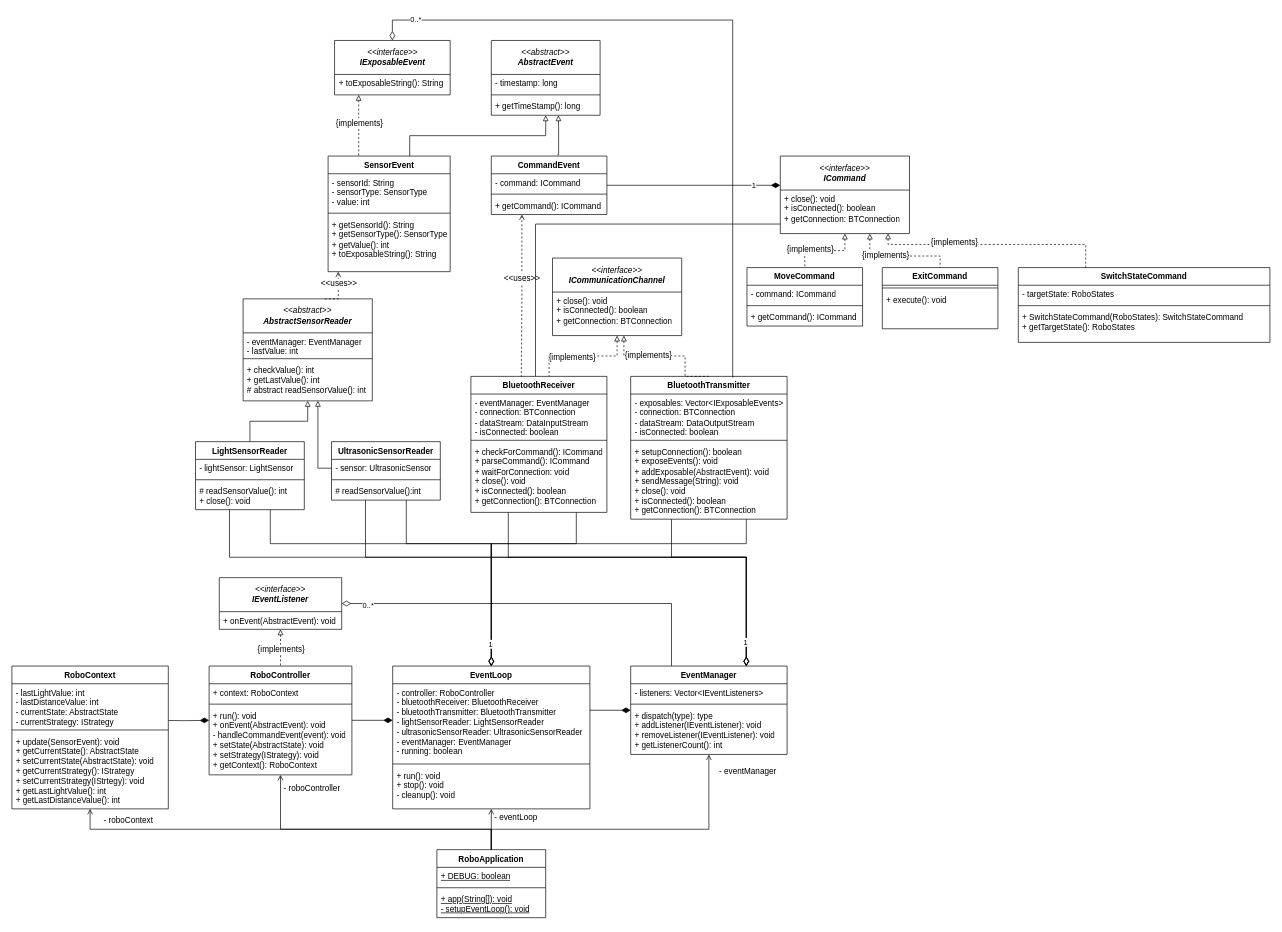
This is assets/diagrams/class-diagram/core-class-diagram.drawio.xml from fh-dualies/lejos-nxj-autonomous-robot, a draw.io file, before an edit. Source tidied: cells renumbered, new cells numbered last; positions are measured from the earlier drawing's top-left corner, leaving out a move shared by most shapes. Both pictures are drawn from the tidied source at 68%, with x=0, y=0 at pixel (12, 20).
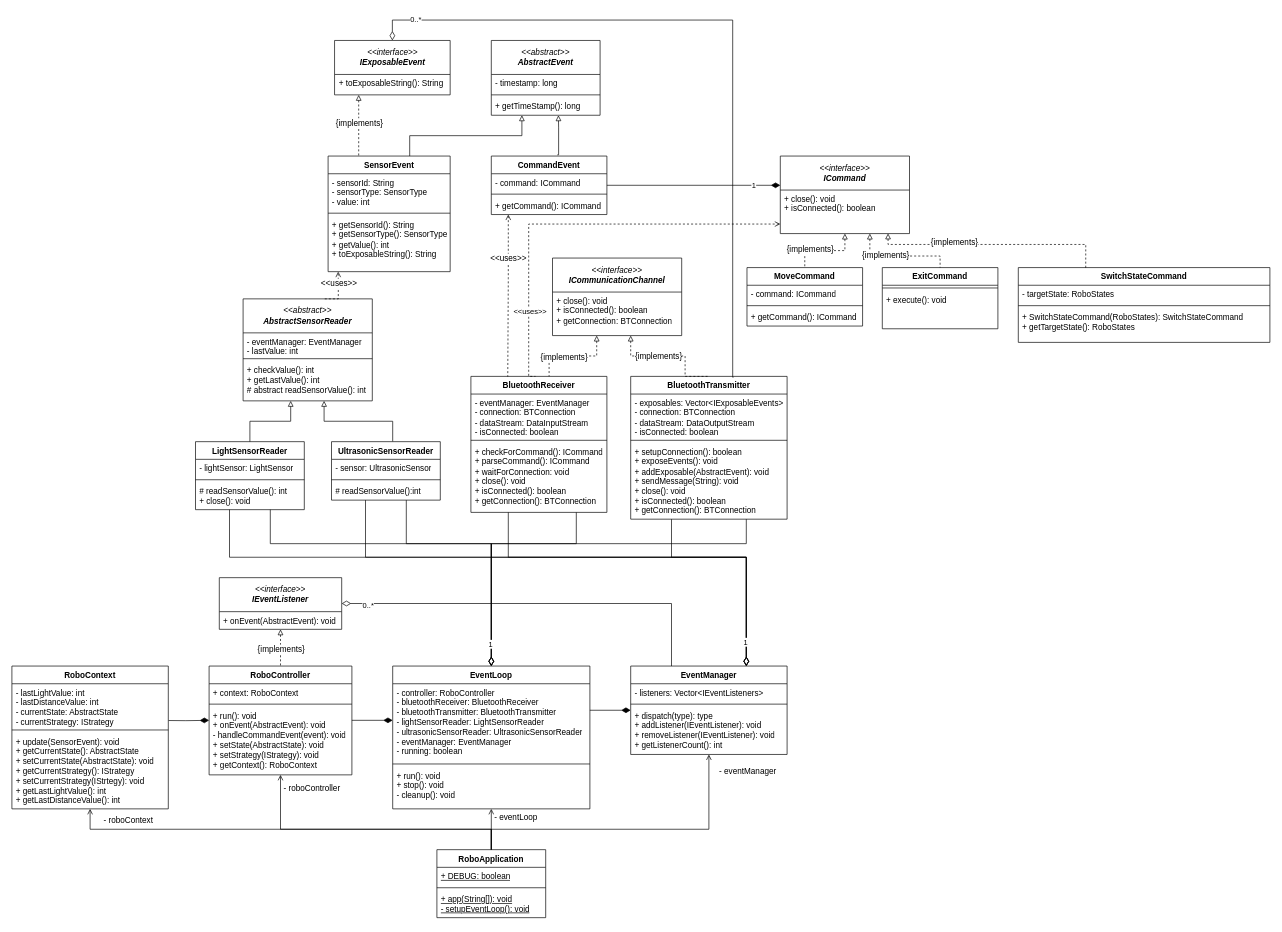
The same page after the edit.

The change refers to these unchanged cells:
```xml
<mxCell id="27" value="&lt;div&gt;&lt;i style=&quot;font-weight: normal;&quot;&gt;&amp;lt;&amp;lt;abstract&amp;gt;&amp;gt;&lt;/i&gt;&lt;/div&gt;&lt;i&gt;AbstractEvent&lt;/i&gt;" style="swimlane;fontStyle=1;align=center;verticalAlign=middle;horizontal=1;startSize=50;whiteSpace=wrap;html=1;fillColor=none;" parent="1" vertex="1">
  <mxGeometry x="705" y="30" width="160" height="110" as="geometry" />
</mxCell>
<mxCell id="31" value="SensorEvent" style="swimlane;fontStyle=1;align=center;verticalAlign=top;horizontal=1;startSize=26;whiteSpace=wrap;html=1;fillColor=none;" parent="1" vertex="1">
  <mxGeometry x="465" y="200" width="179.5" height="170" as="geometry" />
</mxCell>
<mxCell id="37" value="CommandEvent" style="swimlane;fontStyle=1;align=center;verticalAlign=top;horizontal=1;startSize=26;whiteSpace=wrap;html=1;fillColor=none;" parent="1" vertex="1">
  <mxGeometry x="705" y="200" width="170" height="86" as="geometry" />
</mxCell>
<mxCell id="48" value="&lt;div&gt;&lt;i style=&quot;font-weight: normal;&quot;&gt;&amp;lt;&amp;lt;abstract&amp;gt;&amp;gt;&lt;/i&gt;&lt;/div&gt;&lt;i&gt;AbstractSensorReader&lt;/i&gt;" style="swimlane;fontStyle=1;align=center;verticalAlign=middle;horizontal=1;startSize=50;whiteSpace=wrap;html=1;fillColor=none;" parent="1" vertex="1">
  <mxGeometry x="340" y="410" width="190" height="150" as="geometry" />
</mxCell>
<mxCell id="54" value="LightSensorReader" style="swimlane;fontStyle=1;align=center;verticalAlign=top;horizontal=1;startSize=26;whiteSpace=wrap;html=1;fillColor=none;" parent="1" vertex="1">
  <mxGeometry x="270" y="620" width="160" height="100" as="geometry" />
</mxCell>
<mxCell id="62" value="- sensor: UltrasonicSensor" style="text;strokeColor=none;fillColor=none;align=left;verticalAlign=top;spacingLeft=4;spacingRight=4;overflow=hidden;points=[[0,0.5],[1,0.5]];portConstraint=eastwest;whiteSpace=wrap;html=1;" parent="61" vertex="1">
  <mxGeometry y="26" width="160" height="26" as="geometry" />
</mxCell>
<mxCell id="79" value="&lt;div&gt;&lt;span style=&quot;font-weight: normal;&quot;&gt;&lt;i&gt;&amp;lt;&amp;lt;interface&amp;gt;&amp;gt;&lt;/i&gt;&lt;/span&gt;&lt;/div&gt;&lt;i&gt;ICommunicationChannel&lt;/i&gt;" style="swimlane;fontStyle=1;align=center;verticalAlign=middle;horizontal=1;startSize=50;whiteSpace=wrap;html=1;fillColor=none;" parent="1" vertex="1">
  <mxGeometry x="795" y="350" width="190" height="114" as="geometry" />
</mxCell>
<mxCell id="83" value="BluetoothReceiver" style="swimlane;fontStyle=1;align=center;verticalAlign=top;horizontal=1;startSize=26;whiteSpace=wrap;html=1;fillColor=none;" parent="1" vertex="1">
  <mxGeometry x="675" y="524" width="200" height="200" as="geometry" />
</mxCell>
<mxCell id="93" value="BluetoothTransmitter" style="swimlane;fontStyle=1;align=center;verticalAlign=top;horizontal=1;startSize=26;whiteSpace=wrap;html=1;fillColor=none;" parent="1" vertex="1">
  <mxGeometry x="910" y="524" width="230" height="210" as="geometry" />
</mxCell>
<mxCell id="101" value="&lt;div&gt;&lt;span style=&quot;font-weight: normal;&quot;&gt;&lt;i&gt;&amp;lt;&amp;lt;interface&amp;gt;&amp;gt;&lt;/i&gt;&lt;/span&gt;&lt;/div&gt;&lt;i&gt;ICommand&lt;/i&gt;" style="swimlane;fontStyle=1;align=center;verticalAlign=middle;horizontal=1;startSize=50;whiteSpace=wrap;html=1;fillColor=none;" parent="1" vertex="1">
  <mxGeometry x="1130" y="200" width="190" height="114" as="geometry" />
</mxCell>
```

What changed in the source:
```diff
@@
     <mxCell id="26" style="edgeStyle=orthogonalEdgeStyle;rounded=0;jettySize=auto;html=1;endArrow=none;startFill=0;startArrow=block;" parent="1" edge="1" source="27" target="31">
       <mxGeometry relative="1" as="geometry">
         <Array as="points">
-          <mxPoint x="785" y="170" />
+          <mxPoint x="750" y="170" />
           <mxPoint x="585" y="170" />
         </Array>
       </mxGeometry>
     </mxCell>
@@
-    <mxCell id="35" style="edgeStyle=orthogonalEdgeStyle;rounded=0;jettySize=auto;html=1;entryX=0.371;entryY=0.002;entryDx=0;entryDy=0;endArrow=none;startFill=0;dashed=1;entryPerimeter=0;endFill=0;startArrow=open;" parent="1" edge="1" source="37" target="83">
+    <mxCell id="35" style="edgeStyle=orthogonalEdgeStyle;rounded=0;orthogonalLoop=1;jettySize=auto;html=1;entryX=0.371;entryY=0.002;entryDx=0;entryDy=0;endArrow=none;startFill=0;dashed=1;entryPerimeter=0;endFill=0;startArrow=open;" parent="1" edge="1">
       <mxGeometry relative="1" as="geometry">
+        <mxPoint x="730" y="286" as="sourcePoint" />
+        <mxPoint x="729.2" y="524.4" as="targetPoint" />
         <Array as="points">
-          <mxPoint x="750" y="405" />
-          <mxPoint x="749" y="405" />
+          <mxPoint x="730" y="380" />
+          <mxPoint x="729" y="380" />
         </Array>
       </mxGeometry>
     </mxCell>
     <mxCell id="36" value="&amp;lt;&amp;lt;uses&amp;gt;&amp;gt;" style="edgeLabel;html=1;align=center;verticalAlign=middle;fontSize=12;" parent="35" vertex="1">
-      <mxGeometry x="-0.22" y="-1" relative="1" as="geometry" />
+      <mxGeometry x="-0.22" y="-1" relative="1" as="geometry">
+        <mxPoint y="-29" as="offset" />
+      </mxGeometry>
     </mxCell>
@@
     <mxCell id="47" style="edgeStyle=orthogonalEdgeStyle;rounded=0;jettySize=auto;html=1;entryX=0.5;entryY=0;entryDx=0;entryDy=0;endArrow=none;startFill=0;startArrow=block;" parent="1" edge="1" source="48" target="54">
-      <mxGeometry relative="1" as="geometry" />
+      <mxGeometry relative="1" as="geometry">
+        <Array as="points">
+          <mxPoint x="410" y="590" />
+          <mxPoint x="350" y="590" />
+        </Array>
+      </mxGeometry>
     </mxCell>
@@
-    <mxCell id="58" style="edgeStyle=orthogonalEdgeStyle;rounded=0;jettySize=auto;html=1;endArrow=block;endFill=0;exitX=0;exitY=0.5;exitDx=0;exitDy=0;" parent="1" edge="1" source="62">
-      <mxGeometry relative="1" as="geometry">
-        <mxPoint x="450" y="560" as="targetPoint" />
-      </mxGeometry>
-    </mxCell>
@@
     <mxCell id="75" style="edgeStyle=orthogonalEdgeStyle;rounded=0;jettySize=auto;html=1;endArrow=none;startFill=0;startArrow=block;dashed=1;" parent="1" edge="1" source="79" target="83">
       <mxGeometry relative="1" as="geometry">
         <Array as="points">
-          <mxPoint x="890" y="494" />
+          <mxPoint x="860" y="494" />
           <mxPoint x="790" y="494" />
         </Array>
       </mxGeometry>
     </mxCell>
@@
     <mxCell id="77" style="edgeStyle=orthogonalEdgeStyle;rounded=0;jettySize=auto;html=1;entryX=0.5;entryY=0;entryDx=0;entryDy=0;endArrow=none;startFill=0;startArrow=block;dashed=1;" parent="1" edge="1" source="79" target="93">
       <mxGeometry relative="1" as="geometry">
         <Array as="points">
-          <mxPoint x="900" y="494" />
+          <mxPoint x="910" y="494" />
           <mxPoint x="990" y="494" />
           <mxPoint x="990" y="524" />
         </Array>
       </mxGeometry>
     </mxCell>
     <mxCell id="78" value="{implements}" style="edgeLabel;html=1;align=center;verticalAlign=middle;fontSize=12;" parent="77" vertex="1">
-      <mxGeometry x="-0.3" y="2" relative="1" as="geometry" />
+      <mxGeometry x="-0.3" y="2" relative="1" as="geometry">
+        <mxPoint x="9" y="2" as="offset" />
+      </mxGeometry>
     </mxCell>
@@
-    <mxCell id="102" value="+ close(): void&lt;div&gt;+ isConnected(): boolean&lt;/div&gt;&lt;div&gt;+ getConnection: BTConnection&lt;/div&gt;" style="text;strokeColor=none;fillColor=none;align=left;verticalAlign=top;spacingLeft=4;spacingRight=4;overflow=hidden;points=[[0,0.5],[1,0.5]];portConstraint=eastwest;whiteSpace=wrap;html=1;" parent="101" vertex="1">
+    <mxCell id="102" value="+ close(): void&lt;div&gt;+ isConnected(): boolean&lt;/div&gt;&lt;div&gt;&lt;br&gt;&lt;/div&gt;" style="text;strokeColor=none;fillColor=none;align=left;verticalAlign=top;spacingLeft=4;spacingRight=4;overflow=hidden;points=[[0,0.5],[1,0.5]];portConstraint=eastwest;whiteSpace=wrap;html=1;" parent="101" vertex="1">
       <mxGeometry y="50" width="190" height="64" as="geometry" />
     </mxCell>
@@
-    <mxCell id="109" style="edgeStyle=orthogonalEdgeStyle;rounded=0;jettySize=auto;html=1;endArrow=none;startFill=0;" parent="1" edge="1" source="101">
+    <mxCell id="109" style="edgeStyle=orthogonalEdgeStyle;rounded=0;jettySize=auto;html=1;endArrow=none;startFill=0;startArrow=open;dashed=1;" parent="1" edge="1" source="101">
       <mxGeometry relative="1" as="geometry">
         <mxPoint x="770" y="524" as="targetPoint" />
         <Array as="points">
-          <mxPoint x="770" y="300" />
+          <mxPoint x="760" y="300" />
+          <mxPoint x="760" y="524" />
         </Array>
       </mxGeometry>
     </mxCell>
+    <mxCell id="123" value="&amp;lt;&amp;lt;uses&amp;gt;&amp;gt;" style="edgeLabel;html=1;align=center;verticalAlign=middle;" parent="109" vertex="1">
+      <mxGeometry x="0.65" y="1" relative="1" as="geometry" />
+    </mxCell>
@@
+    <mxCell id="124" style="edgeStyle=orthogonalEdgeStyle;rounded=0;orthogonalLoop=1;jettySize=auto;html=1;entryX=0.574;entryY=1.007;entryDx=0;entryDy=0;entryPerimeter=0;endArrow=block;endFill=0;" parent="1" edge="1">
+      <mxGeometry relative="1" as="geometry">
+        <mxPoint x="560" y="619.6" as="sourcePoint" />
+        <mxPoint x="459.1" y="560" as="targetPoint" />
+        <Array as="points">
+          <mxPoint x="560" y="590" />
+          <mxPoint x="459" y="590" />
+        </Array>
+      </mxGeometry>
+    </mxCell>
```
